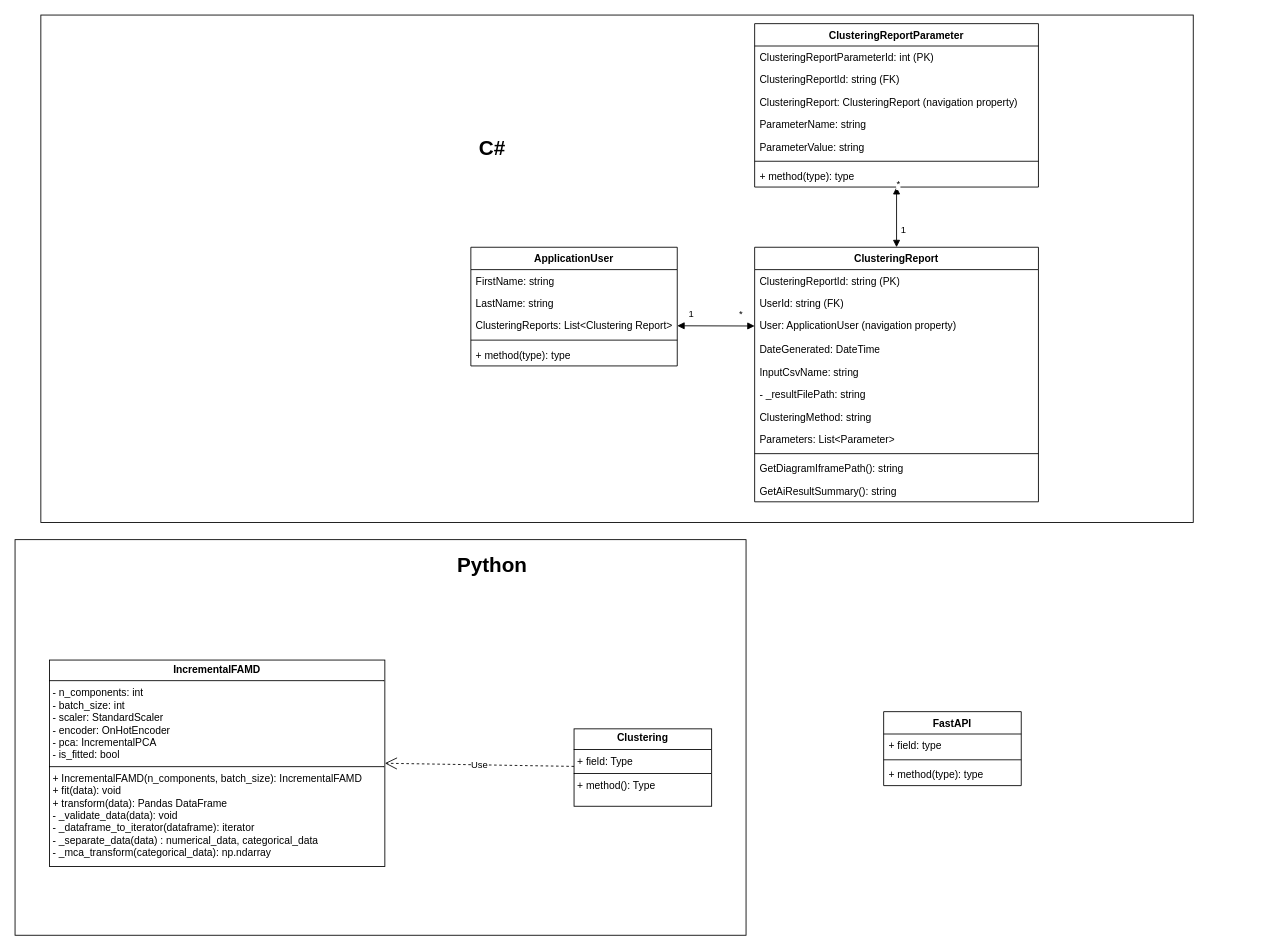
Before: uml-diagrams/claim-detective-class-diagram.drawio in ianrule/hello-streamlit, a draw.io diagram. Source tidied: cells renumbered, new cells numbered last; positions are measured from the earlier drawing's top-left corner, leaving out a move shared by most shapes. Both pictures are drawn from the tidied source at 86%, with x=0, y=0 at pixel (15, 15).
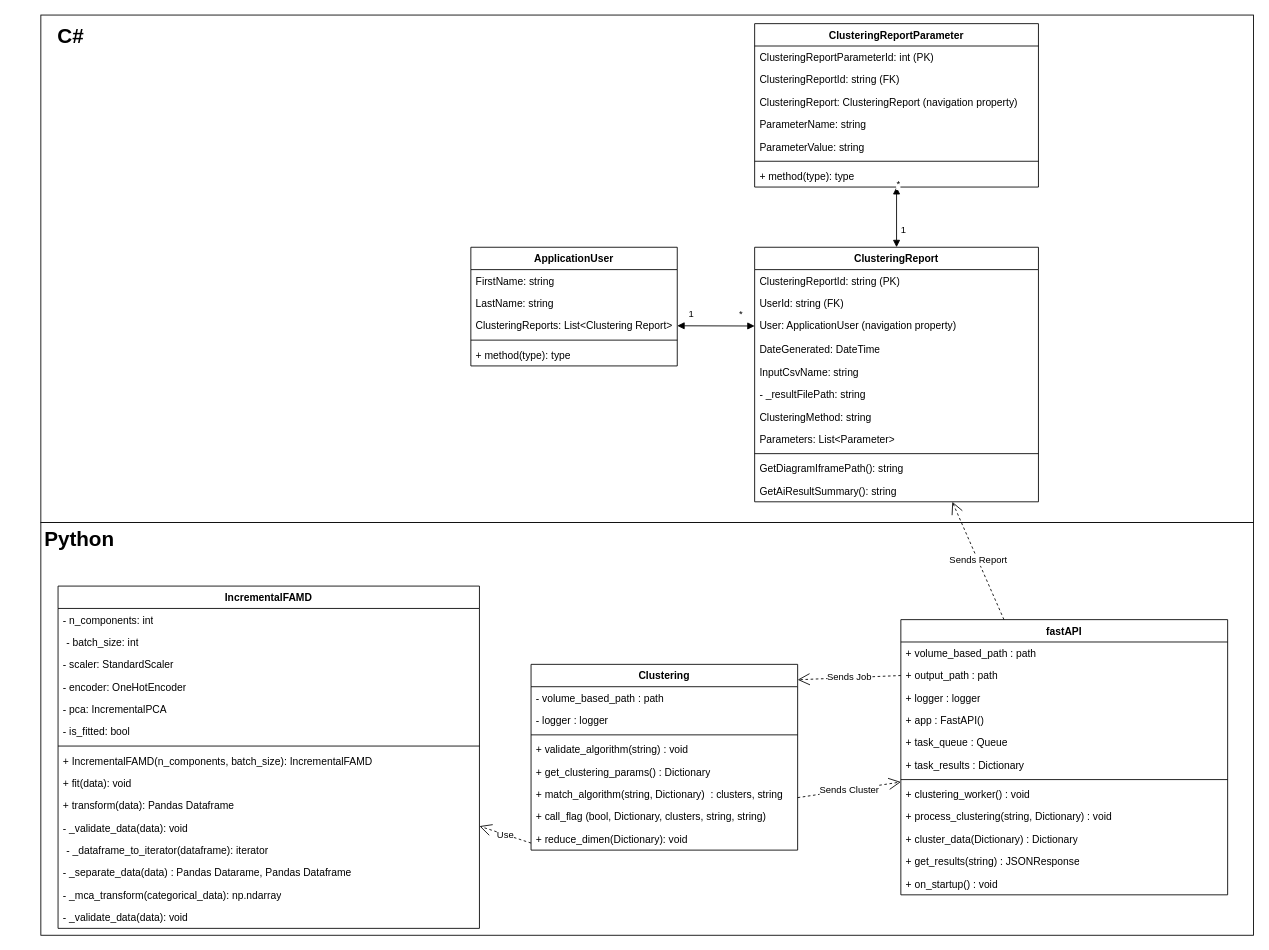
The same page after the edit.

Commit message:
Adds Clustering and FastAPI

The change refers to these unchanged cells:
```xml
<mxCell id="26" value="ClusteringReport" style="swimlane;fontStyle=1;align=center;verticalAlign=top;horizontal=1;startSize=26;whiteSpace=wrap;html=1;" parent="1" vertex="1">
  <mxGeometry x="860" y="270" width="330" height="296" as="geometry" />
</mxCell>
```

Diff of the diagram source:
```diff
@@
     <mxCell id="2" style="rounded=0;whiteSpace=wrap;html=1;" parent="1" vertex="1">
-      <mxGeometry y="610" width="850" height="460" as="geometry" />
+      <mxGeometry x="30" y="590" width="1410" height="480" as="geometry" />
     </mxCell>
     <mxCell id="3" style="rounded=0;whiteSpace=wrap;html=1;" parent="1" vertex="1">
-      <mxGeometry x="30" width="1340" height="590" as="geometry" />
+      <mxGeometry x="30" width="1410" height="590" as="geometry" />
     </mxCell>
@@
-    <mxCell id="21" value="&lt;p style=&quot;margin:0px;margin-top:4px;text-align:center;&quot;&gt;&lt;b&gt;Clustering&lt;/b&gt;&lt;/p&gt;&lt;hr size=&quot;1&quot; style=&quot;border-style:solid;&quot;&gt;&lt;p style=&quot;margin:0px;margin-left:4px;&quot;&gt;+ field: Type&lt;/p&gt;&lt;hr size=&quot;1&quot; style=&quot;border-style:solid;&quot;&gt;&lt;p style=&quot;margin:0px;margin-left:4px;&quot;&gt;+ method(): Type&lt;/p&gt;" style="verticalAlign=top;align=left;overflow=fill;html=1;whiteSpace=wrap;" parent="1" vertex="1">
-      <mxGeometry x="650" y="830" width="160" height="90" as="geometry" />
-    </mxCell>
     <mxCell id="22" value="C#" style="text;html=1;align=center;verticalAlign=middle;whiteSpace=wrap;rounded=0;fontSize=24;fontStyle=1;" parent="1" vertex="1">
-      <mxGeometry x="420" y="130" width="270" height="50" as="geometry" />
+      <mxGeometry x="30" width="70" height="50" as="geometry" />
     </mxCell>
     <mxCell id="23" value="Python" style="text;html=1;align=center;verticalAlign=middle;whiteSpace=wrap;rounded=0;fontStyle=1;fontSize=24;" parent="1" vertex="1">
-      <mxGeometry x="490" y="620" width="130" height="40" as="geometry" />
+      <mxGeometry x="30" y="590" width="90" height="40" as="geometry" />
     </mxCell>
-    <mxCell id="24" value="&lt;p style=&quot;margin:0px;margin-top:4px;text-align:center;&quot;&gt;&lt;b&gt;IncrementalFAMD&lt;/b&gt;&lt;/p&gt;&lt;hr size=&quot;1&quot; style=&quot;border-style:solid;&quot;&gt;&lt;p style=&quot;margin:0px;margin-left:4px;&quot;&gt;- n_components: int&lt;/p&gt;&lt;p style=&quot;margin:0px;margin-left:4px;&quot;&gt;- batch_size: int&lt;/p&gt;&lt;p style=&quot;margin:0px;margin-left:4px;&quot;&gt;- scaler: StandardScaler&lt;/p&gt;&lt;p style=&quot;margin:0px;margin-left:4px;&quot;&gt;- encoder: OnHotEncoder&lt;/p&gt;&lt;p style=&quot;margin:0px;margin-left:4px;&quot;&gt;- pca: IncrementalPCA&lt;/p&gt;&lt;p style=&quot;margin:0px;margin-left:4px;&quot;&gt;- is_fitted: bool&lt;/p&gt;&lt;hr size=&quot;1&quot; style=&quot;border-style:solid;&quot;&gt;&lt;p style=&quot;margin:0px;margin-left:4px;&quot;&gt;+ IncrementalFAMD(n_components, batch_size): IncrementalFAMD&lt;/p&gt;&lt;p style=&quot;margin:0px;margin-left:4px;&quot;&gt;+ fit(data): void&lt;/p&gt;&lt;p style=&quot;margin:0px;margin-left:4px;&quot;&gt;+ transform(data): Pandas DataFrame&lt;/p&gt;&lt;p style=&quot;margin:0px;margin-left:4px;&quot;&gt;- _validate_data(data): void&lt;/p&gt;&lt;p style=&quot;margin:0px;margin-left:4px;&quot;&gt;- _dataframe_to_iterator(dataframe): iterator&lt;/p&gt;&lt;p style=&quot;margin:0px;margin-left:4px;&quot;&gt;- _separate_data(data) : numerical_data, categorical_data&lt;/p&gt;&lt;p style=&quot;margin:0px;margin-left:4px;&quot;&gt;- _mca_transform(categorical_data): np.ndarray&lt;/p&gt;" style="verticalAlign=top;align=left;overflow=fill;html=1;whiteSpace=wrap;" parent="1" vertex="1">
-      <mxGeometry x="40" y="750" width="390" height="240" as="geometry" />
-    </mxCell>
-    <mxCell id="25" value="Use" style="endArrow=open;endSize=12;dashed=1;html=1;rounded=0;" parent="1" edge="1" source="21">
-      <mxGeometry relative="1" as="geometry">
-        <mxPoint x="430" y="870" as="targetPoint" />
-      </mxGeometry>
+    <mxCell id="25" value="Use" style="endArrow=open;endSize=12;dashed=1;html=1;rounded=0;exitX=0;exitY=0.685;exitDx=0;exitDy=0;exitPerimeter=0;" parent="1" edge="1" source="79" target="54">
+      <mxGeometry relative="1" as="geometry" />
     </mxCell>
@@
-    <mxCell id="41" value="FastAPI" style="swimlane;fontStyle=1;align=center;verticalAlign=top;horizontal=1;startSize=26;whiteSpace=wrap;html=1;" parent="1" vertex="1">
-      <mxGeometry x="1010" y="810" width="160" height="86" as="geometry" />
+    <mxCell id="41" value="fastAPI" style="swimlane;fontStyle=1;align=center;verticalAlign=top;horizontal=1;startSize=26;whiteSpace=wrap;html=1;" parent="1" vertex="1">
+      <mxGeometry x="1030" y="703" width="380" height="320" as="geometry" />
     </mxCell>
-    <mxCell id="42" value="+ field: type" style="text;strokeColor=none;fillColor=none;align=left;verticalAlign=top;spacingLeft=4;spacingRight=4;overflow=hidden;whiteSpace=wrap;html=1;" parent="41" vertex="1">
-      <mxGeometry y="26" width="160" height="26" as="geometry" />
+    <mxCell id="42" value="+ volume_based_path : path" style="text;strokeColor=none;fillColor=none;align=left;verticalAlign=top;spacingLeft=4;spacingRight=4;overflow=hidden;whiteSpace=wrap;html=1;" parent="41" vertex="1">
+      <mxGeometry y="26" width="380" height="26" as="geometry" />
     </mxCell>
+    <mxCell id="45" value="+ output_path : path" style="text;strokeColor=none;fillColor=none;align=left;verticalAlign=top;spacingLeft=4;spacingRight=4;overflow=hidden;points=[[0,0.5],[1,0.5]];portConstraint=eastwest;whiteSpace=wrap;html=1;" parent="41" vertex="1">
+      <mxGeometry y="52" width="380" height="26" as="geometry" />
+    </mxCell>
+    <mxCell id="46" value="+ logger : logger" style="text;strokeColor=none;fillColor=none;align=left;verticalAlign=top;spacingLeft=4;spacingRight=4;overflow=hidden;whiteSpace=wrap;html=1;" parent="41" vertex="1">
+      <mxGeometry y="78" width="380" height="26" as="geometry" />
+    </mxCell>
+    <mxCell id="47" value="+ app : FastAPI()" style="text;strokeColor=none;fillColor=none;align=left;verticalAlign=top;spacingLeft=4;spacingRight=4;overflow=hidden;whiteSpace=wrap;html=1;" parent="41" vertex="1">
+      <mxGeometry y="104" width="380" height="26" as="geometry" />
+    </mxCell>
+    <mxCell id="48" value="+ task_queue : Queue" style="text;strokeColor=none;fillColor=none;align=left;verticalAlign=top;spacingLeft=4;spacingRight=4;overflow=hidden;whiteSpace=wrap;html=1;" parent="41" vertex="1">
+      <mxGeometry y="130" width="380" height="26" as="geometry" />
+    </mxCell>
+    <mxCell id="49" value="+ task_results : Dictionary" style="text;strokeColor=none;fillColor=none;align=left;verticalAlign=top;spacingLeft=4;spacingRight=4;overflow=hidden;whiteSpace=wrap;html=1;" parent="41" vertex="1">
+      <mxGeometry y="156" width="380" height="26" as="geometry" />
+    </mxCell>
     <mxCell id="43" style="line;strokeWidth=1;fillColor=none;align=left;verticalAlign=middle;spacingTop=-1;spacingLeft=3;spacingRight=3;labelPosition=right;strokeColor=inherit;" parent="41" vertex="1">
-      <mxGeometry y="52" width="160" height="8" as="geometry" />
+      <mxGeometry y="182" width="380" height="8" as="geometry" />
     </mxCell>
-    <mxCell id="44" value="+ method(type): type" style="text;strokeColor=none;fillColor=none;align=left;verticalAlign=top;spacingLeft=4;spacingRight=4;overflow=hidden;whiteSpace=wrap;html=1;" parent="41" vertex="1">
-      <mxGeometry y="60" width="160" height="26" as="geometry" />
+    <mxCell id="44" value="+ clustering_worker() : void" style="text;strokeColor=none;fillColor=none;align=left;verticalAlign=top;spacingLeft=4;spacingRight=4;overflow=hidden;whiteSpace=wrap;html=1;" parent="41" vertex="1">
+      <mxGeometry y="190" width="380" height="26" as="geometry" />
     </mxCell>
+    <mxCell id="50" value="+ process_clustering(string, Dictionary) : void" style="text;strokeColor=none;fillColor=none;align=left;verticalAlign=top;spacingLeft=4;spacingRight=4;overflow=hidden;whiteSpace=wrap;html=1;" parent="41" vertex="1">
+      <mxGeometry y="216" width="380" height="26" as="geometry" />
+    </mxCell>
+    <mxCell id="51" value="+ cluster_data(Dictionary) : Dictionary" style="text;strokeColor=none;fillColor=none;align=left;verticalAlign=top;spacingLeft=4;spacingRight=4;overflow=hidden;whiteSpace=wrap;html=1;" parent="41" vertex="1">
+      <mxGeometry y="242" width="380" height="26" as="geometry" />
+    </mxCell>
+    <mxCell id="52" value="+ get_results(string) : JSONResponse" style="text;strokeColor=none;fillColor=none;align=left;verticalAlign=top;spacingLeft=4;spacingRight=4;overflow=hidden;whiteSpace=wrap;html=1;" parent="41" vertex="1">
+      <mxGeometry y="268" width="380" height="26" as="geometry" />
+    </mxCell>
+    <mxCell id="53" value="+ on_startup() : void" style="text;strokeColor=none;fillColor=none;align=left;verticalAlign=top;spacingLeft=4;spacingRight=4;overflow=hidden;whiteSpace=wrap;html=1;" parent="41" vertex="1">
+      <mxGeometry y="294" width="380" height="26" as="geometry" />
+    </mxCell>
+    <mxCell id="54" value="&lt;b&gt;IncrementalFAMD&lt;/b&gt;" style="swimlane;fontStyle=1;align=center;verticalAlign=top;horizontal=1;startSize=26;whiteSpace=wrap;html=1;" parent="1" vertex="1">
+      <mxGeometry x="50" y="664" width="490" height="398" as="geometry" />
+    </mxCell>
+    <mxCell id="55" value="- n_components: int" style="text;strokeColor=none;fillColor=none;align=left;verticalAlign=top;spacingLeft=4;spacingRight=4;overflow=hidden;whiteSpace=wrap;html=1;" parent="54" vertex="1">
+      <mxGeometry y="26" width="490" height="26" as="geometry" />
+    </mxCell>
+    <mxCell id="56" value="&lt;p style=&quot;margin: 0px 0px 0px 4px;&quot;&gt;&lt;span style=&quot;background-color: transparent; color: light-dark(rgb(0, 0, 0), rgb(255, 255, 255));&quot;&gt;- batch_size: int&lt;/span&gt;&lt;/p&gt;&lt;div&gt;&lt;br&gt;&lt;/div&gt;" style="text;strokeColor=none;fillColor=none;align=left;verticalAlign=top;spacingLeft=4;spacingRight=4;overflow=hidden;whiteSpace=wrap;html=1;" parent="54" vertex="1">
+      <mxGeometry y="52" width="490" height="26" as="geometry" />
+    </mxCell>
+    <mxCell id="57" value="- scaler: StandardScaler" style="text;strokeColor=none;fillColor=none;align=left;verticalAlign=top;spacingLeft=4;spacingRight=4;overflow=hidden;whiteSpace=wrap;html=1;" parent="54" vertex="1">
+      <mxGeometry y="78" width="490" height="26" as="geometry" />
+    </mxCell>
+    <mxCell id="58" value="- encoder: OneHotEncoder" style="text;strokeColor=none;fillColor=none;align=left;verticalAlign=top;spacingLeft=4;spacingRight=4;overflow=hidden;whiteSpace=wrap;html=1;" parent="54" vertex="1">
+      <mxGeometry y="104" width="490" height="26" as="geometry" />
+    </mxCell>
+    <mxCell id="59" value="- pca: IncrementalPCA" style="text;strokeColor=none;fillColor=none;align=left;verticalAlign=top;spacingLeft=4;spacingRight=4;overflow=hidden;whiteSpace=wrap;html=1;" parent="54" vertex="1">
+      <mxGeometry y="130" width="490" height="26" as="geometry" />
+    </mxCell>
+    <mxCell id="60" value="- is_fitted: bool" style="text;strokeColor=none;fillColor=none;align=left;verticalAlign=top;spacingLeft=4;spacingRight=4;overflow=hidden;whiteSpace=wrap;html=1;" parent="54" vertex="1">
+      <mxGeometry y="156" width="490" height="26" as="geometry" />
+    </mxCell>
+    <mxCell id="61" style="line;strokeWidth=1;fillColor=none;align=left;verticalAlign=middle;spacingTop=-1;spacingLeft=3;spacingRight=3;labelPosition=right;strokeColor=inherit;" parent="54" vertex="1">
+      <mxGeometry y="182" width="490" height="8" as="geometry" />
+    </mxCell>
+    <mxCell id="62" value="+ IncrementalFAMD(n_components, batch_size): IncrementalFAMD" style="text;strokeColor=none;fillColor=none;align=left;verticalAlign=top;spacingLeft=4;spacingRight=4;overflow=hidden;whiteSpace=wrap;html=1;" parent="54" vertex="1">
+      <mxGeometry y="190" width="490" height="26" as="geometry" />
+    </mxCell>
+    <mxCell id="63" value="+ fit(data): void" style="text;strokeColor=none;fillColor=none;align=left;verticalAlign=top;spacingLeft=4;spacingRight=4;overflow=hidden;whiteSpace=wrap;html=1;" parent="54" vertex="1">
+      <mxGeometry y="216" width="490" height="26" as="geometry" />
+    </mxCell>
+    <mxCell id="64" value="+ transform(data): Pandas Dataframe" style="text;strokeColor=none;fillColor=none;align=left;verticalAlign=top;spacingLeft=4;spacingRight=4;overflow=hidden;whiteSpace=wrap;html=1;" parent="54" vertex="1">
+      <mxGeometry y="242" width="490" height="26" as="geometry" />
+    </mxCell>
+    <mxCell id="65" value="- _validate_data(data): void" style="text;strokeColor=none;fillColor=none;align=left;verticalAlign=top;spacingLeft=4;spacingRight=4;overflow=hidden;whiteSpace=wrap;html=1;" parent="54" vertex="1">
+      <mxGeometry y="268" width="490" height="26" as="geometry" />
+    </mxCell>
+    <mxCell id="66" value="&lt;p style=&quot;margin: 0px 0px 0px 4px;&quot;&gt;- _dataframe_to_iterator(dataframe): iterator&lt;/p&gt;&lt;div&gt;&lt;br&gt;&lt;/div&gt;" style="text;strokeColor=none;fillColor=none;align=left;verticalAlign=top;spacingLeft=4;spacingRight=4;overflow=hidden;whiteSpace=wrap;html=1;" parent="54" vertex="1">
+      <mxGeometry y="294" width="490" height="26" as="geometry" />
+    </mxCell>
+    <mxCell id="67" value="- _separate_data(data) : Pandas Datarame, Pandas Dataframe" style="text;strokeColor=none;fillColor=none;align=left;verticalAlign=top;spacingLeft=4;spacingRight=4;overflow=hidden;whiteSpace=wrap;html=1;" parent="54" vertex="1">
+      <mxGeometry y="320" width="490" height="26" as="geometry" />
+    </mxCell>
+    <mxCell id="68" value="- _mca_transform(categorical_data): np.ndarray" style="text;strokeColor=none;fillColor=none;align=left;verticalAlign=top;spacingLeft=4;spacingRight=4;overflow=hidden;whiteSpace=wrap;html=1;" parent="54" vertex="1">
+      <mxGeometry y="346" width="490" height="26" as="geometry" />
+    </mxCell>
+    <mxCell id="69" value="- _validate_data(data): void" style="text;strokeColor=none;fillColor=none;align=left;verticalAlign=top;spacingLeft=4;spacingRight=4;overflow=hidden;whiteSpace=wrap;html=1;" parent="54" vertex="1">
+      <mxGeometry y="372" width="490" height="26" as="geometry" />
+    </mxCell>
+    <mxCell id="70" value="&lt;b&gt;Clustering&lt;/b&gt;&lt;div&gt;&lt;b&gt;&lt;br&gt;&lt;/b&gt;&lt;/div&gt;" style="swimlane;fontStyle=1;align=center;verticalAlign=top;horizontal=1;startSize=26;whiteSpace=wrap;html=1;" parent="1" vertex="1">
+      <mxGeometry x="600" y="755" width="310" height="216" as="geometry" />
+    </mxCell>
+    <mxCell id="71" value="- volume_based_path : path&lt;div&gt;&lt;br&gt;&lt;/div&gt;" style="text;strokeColor=none;fillColor=none;align=left;verticalAlign=top;spacingLeft=4;spacingRight=4;overflow=hidden;whiteSpace=wrap;html=1;" parent="70" vertex="1">
+      <mxGeometry y="26" width="310" height="26" as="geometry" />
+    </mxCell>
+    <mxCell id="72" value="- logger : logger" style="text;strokeColor=none;fillColor=none;align=left;verticalAlign=top;spacingLeft=4;spacingRight=4;overflow=hidden;whiteSpace=wrap;html=1;" parent="70" vertex="1">
+      <mxGeometry y="52" width="310" height="26" as="geometry" />
+    </mxCell>
+    <mxCell id="73" style="line;strokeWidth=1;fillColor=none;align=left;verticalAlign=middle;spacingTop=-1;spacingLeft=3;spacingRight=3;labelPosition=right;strokeColor=inherit;" parent="70" vertex="1">
+      <mxGeometry y="78" width="310" height="8" as="geometry" />
+    </mxCell>
+    <mxCell id="74" value="+ validate_algorithm(string) : void" style="text;strokeColor=none;fillColor=none;align=left;verticalAlign=top;spacingLeft=4;spacingRight=4;overflow=hidden;whiteSpace=wrap;html=1;" parent="70" vertex="1">
+      <mxGeometry y="86" width="310" height="26" as="geometry" />
+    </mxCell>
+    <mxCell id="75" value="+ get_clustering_params() : Dictionary" style="text;strokeColor=none;fillColor=none;align=left;verticalAlign=top;spacingLeft=4;spacingRight=4;overflow=hidden;whiteSpace=wrap;html=1;" parent="70" vertex="1">
+      <mxGeometry y="112" width="310" height="26" as="geometry" />
+    </mxCell>
+    <mxCell id="76" value="+ match_algorithm(string, Dictionary)&amp;nbsp; : clusters, string" style="text;strokeColor=none;fillColor=none;align=left;verticalAlign=top;spacingLeft=4;spacingRight=4;overflow=hidden;whiteSpace=wrap;html=1;" parent="70" vertex="1">
+      <mxGeometry y="138" width="310" height="26" as="geometry" />
+    </mxCell>
+    <mxCell id="77" value="Sends Cluster" style="endArrow=open;endSize=12;dashed=1;html=1;rounded=0;" parent="70" edge="1" target="41">
+      <mxGeometry relative="1" as="geometry">
+        <mxPoint x="310" y="155" as="sourcePoint" />
+      </mxGeometry>
+    </mxCell>
+    <mxCell id="78" value="+ call_flag (bool, Dictionary, clusters, string, string)" style="text;strokeColor=none;fillColor=none;align=left;verticalAlign=top;spacingLeft=4;spacingRight=4;overflow=hidden;whiteSpace=wrap;html=1;" parent="70" vertex="1">
+      <mxGeometry y="164" width="310" height="26" as="geometry" />
+    </mxCell>
+    <mxCell id="79" value="+ reduce_dimen(Dictionary): void" style="text;strokeColor=none;fillColor=none;align=left;verticalAlign=top;spacingLeft=4;spacingRight=4;overflow=hidden;points=[[0,0.5],[1,0.5]];portConstraint=eastwest;whiteSpace=wrap;html=1;" parent="70" vertex="1">
+      <mxGeometry y="190" width="310" height="26" as="geometry" />
+    </mxCell>
+    <mxCell id="80" value="Sends Job" style="endArrow=open;endSize=12;dashed=1;html=1;rounded=0;entryX=1;entryY=0.083;entryDx=0;entryDy=0;entryPerimeter=0;exitX=0;exitY=0.5;exitDx=0;exitDy=0;" parent="1" edge="1" source="45" target="70">
+      <mxGeometry relative="1" as="geometry" />
+    </mxCell>
+    <mxCell id="81" value="Sends Report" style="endArrow=open;endSize=12;dashed=1;html=1;rounded=0;" parent="1" edge="1" source="41" target="26">
+      <mxGeometry relative="1" as="geometry" />
+    </mxCell>
```
